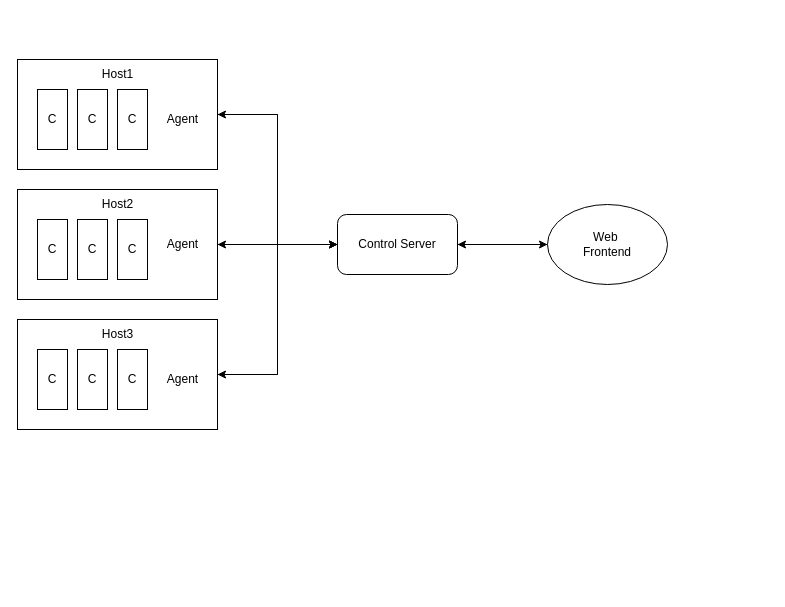
mrmysko/itinf23-scrumprojekt-lime-koala keeps this draw.io diagram as docs/architecture.drawio. Above is the earlier version. Source tidied: cells renumbered, new cells numbered last; positions are measured from the earlier drawing's top-left corner, leaving out a move shared by most shapes. Both pictures are drawn from the tidied source at 100%, with x=0, y=0 at pixel (17, 59).
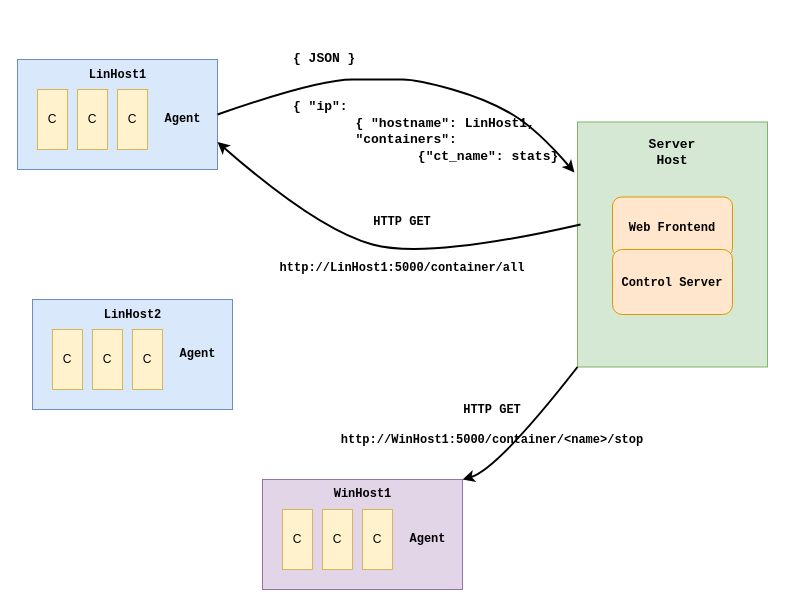
After the change.

Change to the diagram source:
```diff
@@
-    <mxCell id="2" style="edgeStyle=orthogonalEdgeStyle;rounded=0;jettySize=auto;html=1;exitX=1;exitY=0.5;exitDx=0;exitDy=0;entryX=0;entryY=0.5;entryDx=0;entryDy=0;" parent="1" edge="1" source="3" target="12">
-      <mxGeometry relative="1" as="geometry" />
-    </mxCell>
-    <mxCell id="3" style="rounded=0;whiteSpace=wrap;html=1;" parent="1" vertex="1">
+    <mxCell id="3" style="rounded=0;whiteSpace=wrap;html=1;fillColor=#dae8fc;strokeColor=#6c8ebf;" parent="1" vertex="1">
       <mxGeometry width="200" height="110" as="geometry" />
     </mxCell>
-    <mxCell id="4" style="edgeStyle=orthogonalEdgeStyle;rounded=0;jettySize=auto;html=1;exitX=1;exitY=0.5;exitDx=0;exitDy=0;entryX=0;entryY=0.5;entryDx=0;entryDy=0;" parent="1" edge="1" source="5" target="12">
-      <mxGeometry relative="1" as="geometry" />
-    </mxCell>
-    <mxCell id="5" style="rounded=0;whiteSpace=wrap;html=1;" parent="1" vertex="1">
-      <mxGeometry y="130" width="200" height="110" as="geometry" />
+    <mxCell id="5" style="rounded=0;whiteSpace=wrap;html=1;fillColor=#dae8fc;strokeColor=#6c8ebf;" parent="1" vertex="1">
+      <mxGeometry x="15" y="240" width="200" height="110" as="geometry" />
     </mxCell>
-    <mxCell id="6" style="edgeStyle=orthogonalEdgeStyle;rounded=0;jettySize=auto;html=1;exitX=1;exitY=0.5;exitDx=0;exitDy=0;entryX=0;entryY=0.5;entryDx=0;entryDy=0;" parent="1" edge="1" source="7" target="12">
-      <mxGeometry relative="1" as="geometry" />
-    </mxCell>
-    <mxCell id="7" style="rounded=0;whiteSpace=wrap;html=1;" parent="1" vertex="1">
-      <mxGeometry y="260" width="200" height="110" as="geometry" />
+    <mxCell id="7" style="rounded=0;whiteSpace=wrap;html=1;fillColor=#e1d5e7;strokeColor=#9673a6;" parent="1" vertex="1">
+      <mxGeometry x="245" y="420" width="200" height="110" as="geometry" />
     </mxCell>
-    <mxCell id="8" style="edgeStyle=orthogonalEdgeStyle;rounded=0;jettySize=auto;html=1;exitX=0;exitY=0.5;exitDx=0;exitDy=0;entryX=1;entryY=0.5;entryDx=0;entryDy=0;" parent="1" edge="1" source="12" target="5">
-      <mxGeometry relative="1" as="geometry" />
-    </mxCell>
-    <mxCell id="9" style="edgeStyle=orthogonalEdgeStyle;rounded=0;jettySize=auto;html=1;exitX=0;exitY=0.5;exitDx=0;exitDy=0;entryX=1;entryY=0.5;entryDx=0;entryDy=0;" parent="1" edge="1" source="12" target="3">
-      <mxGeometry relative="1" as="geometry" />
-    </mxCell>
-    <mxCell id="10" style="edgeStyle=orthogonalEdgeStyle;rounded=0;jettySize=auto;html=1;exitX=0;exitY=0.5;exitDx=0;exitDy=0;entryX=1;entryY=0.5;entryDx=0;entryDy=0;" parent="1" edge="1" source="12" target="7">
-      <mxGeometry relative="1" as="geometry" />
-    </mxCell>
-    <mxCell id="11" style="edgeStyle=orthogonalEdgeStyle;rounded=0;jettySize=auto;html=1;entryX=0;entryY=0.5;entryDx=0;entryDy=0;" parent="1" edge="1" source="12" target="14">
-      <mxGeometry relative="1" as="geometry" />
-    </mxCell>
-    <mxCell id="12" value="Control Server" style="rounded=1;whiteSpace=wrap;html=1;" parent="1" vertex="1">
-      <mxGeometry x="320" y="155" width="120" height="60" as="geometry" />
-    </mxCell>
-    <mxCell id="13" style="edgeStyle=orthogonalEdgeStyle;rounded=0;jettySize=auto;html=1;exitX=0;exitY=0.5;exitDx=0;exitDy=0;entryX=1;entryY=0.5;entryDx=0;entryDy=0;" parent="1" edge="1" source="14" target="12">
-      <mxGeometry relative="1" as="geometry" />
-    </mxCell>
-    <mxCell id="14" value="&lt;div&gt;Web&amp;nbsp;&lt;/div&gt;&lt;div&gt;Frontend&lt;/div&gt;" style="ellipse;whiteSpace=wrap;html=1;" parent="1" vertex="1">
-      <mxGeometry x="530" y="145" width="120" height="80" as="geometry" />
-    </mxCell>
-    <mxCell id="15" value="C" style="rounded=0;whiteSpace=wrap;html=1;" parent="1" vertex="1">
+    <mxCell id="15" value="C" style="rounded=0;whiteSpace=wrap;html=1;fillColor=#fff2cc;strokeColor=#d6b656;" parent="1" vertex="1">
       <mxGeometry x="20" y="30" width="30" height="60" as="geometry" />
     </mxCell>
-    <mxCell id="16" value="C" style="rounded=0;whiteSpace=wrap;html=1;" parent="1" vertex="1">
+    <mxCell id="16" value="C" style="rounded=0;whiteSpace=wrap;html=1;fillColor=#fff2cc;strokeColor=#d6b656;" parent="1" vertex="1">
       <mxGeometry x="60" y="30" width="30" height="60" as="geometry" />
     </mxCell>
-    <mxCell id="17" value="C" style="rounded=0;whiteSpace=wrap;html=1;" parent="1" vertex="1">
+    <mxCell id="17" value="C" style="rounded=0;whiteSpace=wrap;html=1;fillColor=#fff2cc;strokeColor=#d6b656;" parent="1" vertex="1">
       <mxGeometry x="100" y="30" width="30" height="60" as="geometry" />
     </mxCell>
-    <mxCell id="18" value="C" style="rounded=0;whiteSpace=wrap;html=1;" parent="1" vertex="1">
-      <mxGeometry x="100" y="160" width="30" height="60" as="geometry" />
+    <mxCell id="18" value="C" style="rounded=0;whiteSpace=wrap;html=1;fillColor=#fff2cc;strokeColor=#d6b656;" parent="1" vertex="1">
+      <mxGeometry x="115" y="270" width="30" height="60" as="geometry" />
     </mxCell>
-    <mxCell id="19" value="C" style="rounded=0;whiteSpace=wrap;html=1;" parent="1" vertex="1">
-      <mxGeometry x="60" y="160" width="30" height="60" as="geometry" />
+    <mxCell id="19" value="C" style="rounded=0;whiteSpace=wrap;html=1;fillColor=#fff2cc;strokeColor=#d6b656;" parent="1" vertex="1">
+      <mxGeometry x="75" y="270" width="30" height="60" as="geometry" />
     </mxCell>
-    <mxCell id="20" value="C" style="rounded=0;whiteSpace=wrap;html=1;" parent="1" vertex="1">
-      <mxGeometry x="20" y="160" width="30" height="60" as="geometry" />
+    <mxCell id="20" value="C" style="rounded=0;whiteSpace=wrap;html=1;fillColor=#fff2cc;strokeColor=#d6b656;" parent="1" vertex="1">
+      <mxGeometry x="35" y="270" width="30" height="60" as="geometry" />
     </mxCell>
-    <mxCell id="21" value="C" style="rounded=0;whiteSpace=wrap;html=1;" parent="1" vertex="1">
-      <mxGeometry x="100" y="290" width="30" height="60" as="geometry" />
+    <mxCell id="21" value="C" style="rounded=0;whiteSpace=wrap;html=1;fillColor=#fff2cc;strokeColor=#d6b656;" parent="1" vertex="1">
+      <mxGeometry x="345" y="450" width="30" height="60" as="geometry" />
     </mxCell>
-    <mxCell id="22" value="C" style="rounded=0;whiteSpace=wrap;html=1;" parent="1" vertex="1">
-      <mxGeometry x="60" y="290" width="30" height="60" as="geometry" />
+    <mxCell id="22" value="C" style="rounded=0;whiteSpace=wrap;html=1;fillColor=#fff2cc;strokeColor=#d6b656;" parent="1" vertex="1">
+      <mxGeometry x="305" y="450" width="30" height="60" as="geometry" />
     </mxCell>
-    <mxCell id="23" value="C" style="rounded=0;whiteSpace=wrap;html=1;" parent="1" vertex="1">
-      <mxGeometry x="20" y="290" width="30" height="60" as="geometry" />
+    <mxCell id="23" value="C" style="rounded=0;whiteSpace=wrap;html=1;fillColor=#fff2cc;strokeColor=#d6b656;" parent="1" vertex="1">
+      <mxGeometry x="265" y="450" width="30" height="60" as="geometry" />
     </mxCell>
-    <mxCell id="24" value="Agent" style="text;html=1;align=center;verticalAlign=middle;strokeColor=none;fillColor=none;" parent="1" vertex="1">
-      <mxGeometry x="140" y="45" width="50" height="30" as="geometry" />
+    <mxCell id="24" value="&lt;font&gt;Agent&lt;/font&gt;" style="text;html=1;align=center;verticalAlign=middle;strokeColor=none;fillColor=none;fontFamily=Courier New;fontStyle=1;" parent="1" vertex="1">
+      <mxGeometry x="135" y="45" width="60" height="30" as="geometry" />
     </mxCell>
-    <mxCell id="25" value="Agent" style="text;html=1;align=center;verticalAlign=middle;strokeColor=none;fillColor=none;" parent="1" vertex="1">
-      <mxGeometry x="140" y="170" width="50" height="30" as="geometry" />
+    <mxCell id="25" value="&lt;font&gt;Agent&lt;/font&gt;" style="text;html=1;align=center;verticalAlign=middle;strokeColor=none;fillColor=none;fontFamily=Courier New;fontStyle=1;" parent="1" vertex="1">
+      <mxGeometry x="150" y="280" width="60" height="30" as="geometry" />
     </mxCell>
-    <mxCell id="26" value="Agent" style="text;html=1;align=center;verticalAlign=middle;strokeColor=none;fillColor=none;" parent="1" vertex="1">
-      <mxGeometry x="140" y="305" width="50" height="30" as="geometry" />
+    <mxCell id="26" value="&lt;font&gt;Agent&lt;/font&gt;" style="text;html=1;align=center;verticalAlign=middle;strokeColor=none;fillColor=none;fontFamily=Courier New;fontStyle=1;" parent="1" vertex="1">
+      <mxGeometry x="380" y="465" width="60" height="30" as="geometry" />
     </mxCell>
-    <mxCell id="27" value="Host1" style="text;html=1;align=center;verticalAlign=middle;strokeColor=none;fillColor=none;" parent="1" vertex="1">
-      <mxGeometry x="75" width="50" height="30" as="geometry" />
+    <mxCell id="27" value="&lt;font face=&quot;Courier New&quot;&gt;&lt;b&gt;LinHost1&lt;/b&gt;&lt;/font&gt;" style="text;html=1;align=center;verticalAlign=middle;strokeColor=none;fillColor=none;" parent="1" vertex="1">
+      <mxGeometry x="60" width="80" height="30" as="geometry" />
     </mxCell>
+    <mxCell id="30" style="rounded=0;whiteSpace=wrap;html=1;fillColor=#d5e8d4;strokeColor=#82b366;" parent="1" vertex="1">
+      <mxGeometry x="560" y="62.5" width="190" height="245" as="geometry" />
+    </mxCell>
-    <mxCell id="28" value="Host2" style="text;html=1;align=center;verticalAlign=middle;strokeColor=none;fillColor=none;" parent="1" vertex="1">
-      <mxGeometry x="75" y="130" width="50" height="30" as="geometry" />
+    <mxCell id="28" value="&lt;b&gt;&lt;font face=&quot;Courier New&quot;&gt;LinHost2&lt;/font&gt;&lt;/b&gt;" style="text;html=1;align=center;verticalAlign=middle;strokeColor=none;fillColor=none;" parent="1" vertex="1">
+      <mxGeometry x="75" y="240" width="80" height="30" as="geometry" />
     </mxCell>
-    <mxCell id="29" value="Host3" style="text;html=1;align=center;verticalAlign=middle;strokeColor=none;fillColor=none;" parent="1" vertex="1">
-      <mxGeometry x="75" y="260" width="50" height="30" as="geometry" />
+    <mxCell id="29" value="&lt;font&gt;WinHost1&lt;/font&gt;" style="text;html=1;align=center;verticalAlign=middle;strokeColor=none;fillColor=none;fontFamily=Courier New;fontStyle=1;" parent="1" vertex="1">
+      <mxGeometry x="305" y="420" width="80" height="30" as="geometry" />
     </mxCell>
+    <mxCell id="14" value="&lt;b&gt;&lt;font face=&quot;Courier New&quot;&gt;Web Frontend&lt;/font&gt;&lt;/b&gt;" style="rounded=1;whiteSpace=wrap;html=1;fillColor=#ffe6cc;strokeColor=#d79b00;" parent="1" vertex="1">
+      <mxGeometry x="595" y="137.5" width="120" height="60" as="geometry" />
+    </mxCell>
+    <mxCell id="12" value="&lt;b&gt;&lt;font face=&quot;Courier New&quot;&gt;Control Server&lt;/font&gt;&lt;/b&gt;" style="rounded=1;whiteSpace=wrap;html=1;fillColor=#ffe6cc;strokeColor=#d79b00;" parent="1" vertex="1">
+      <mxGeometry x="595" y="190" width="120" height="65" as="geometry" />
+    </mxCell>
+    <mxCell id="31" value="&lt;b&gt;&lt;font face=&quot;Courier New&quot; style=&quot;font-size: 13px;&quot;&gt;Server Host&lt;/font&gt;&lt;/b&gt;" style="text;html=1;align=center;verticalAlign=middle;whiteSpace=wrap;rounded=0;" parent="1" vertex="1">
+      <mxGeometry x="625" y="77.5" width="60" height="30" as="geometry" />
+    </mxCell>
+    <mxCell id="32" style="curved=1;endArrow=classic;html=1;rounded=0;exitX=1;exitY=0.5;exitDx=0;exitDy=0;entryX=-0.016;entryY=0.206;entryDx=0;entryDy=0;entryPerimeter=0;strokeWidth=2;" parent="1" edge="1" source="3" target="30">
+      <mxGeometry relative="1" as="geometry">
+        <Array as="points">
+          <mxPoint x="300" y="20" />
+          <mxPoint x="370" y="20" />
+          <mxPoint x="400" y="20" />
+          <mxPoint x="470" y="40" />
+          <mxPoint x="520" y="70" />
+        </Array>
+      </mxGeometry>
+    </mxCell>
+    <mxCell id="33" value="&lt;div style=&quot;font-size: 13px;&quot;&gt;&lt;font face=&quot;Courier New&quot; style=&quot;font-size: 13px;&quot;&gt;&lt;b style=&quot;font-size: 13px;&quot;&gt;{ JSON }&lt;/b&gt;&lt;/font&gt;&lt;/div&gt;&lt;div style=&quot;font-size: 13px;&quot;&gt;&lt;font face=&quot;dG47eCbUaVrvH9eu_8gl&quot; style=&quot;font-size: 13px;&quot;&gt;&lt;br style=&quot;font-size: 13px;&quot;&gt;&lt;/font&gt;&lt;/div&gt;&lt;div style=&quot;font-size: 13px;&quot;&gt;&lt;font face=&quot;dG47eCbUaVrvH9eu_8gl&quot; style=&quot;font-size: 13px;&quot;&gt;&lt;br style=&quot;font-size: 13px;&quot;&gt;&lt;/font&gt;&lt;/div&gt;&lt;div style=&quot;font-size: 13px;&quot;&gt;&lt;font face=&quot;Courier New&quot; style=&quot;font-size: 13px;&quot;&gt;&lt;b style=&quot;font-size: 13px;&quot;&gt;{ &quot;ip&quot;: &lt;/b&gt;&lt;br style=&quot;font-size: 13px;&quot;&gt;&lt;/font&gt;&lt;/div&gt;&lt;div style=&quot;font-size: 13px;&quot;&gt;&lt;font face=&quot;Courier New&quot; style=&quot;font-size: 13px;&quot;&gt;&lt;b style=&quot;font-size: 13px;&quot;&gt;&lt;span style=&quot;white-space: pre; font-size: 13px;&quot;&gt;&#9;&lt;/span&gt;{ &quot;hostname&quot;: LinHost1,&amp;nbsp;&lt;/b&gt;&lt;/font&gt;&lt;/div&gt;&lt;div style=&quot;font-size: 13px;&quot;&gt;&lt;font face=&quot;Courier New&quot; style=&quot;font-size: 13px;&quot;&gt;&lt;b style=&quot;font-size: 13px;&quot;&gt;&lt;span style=&quot;white-space: pre; font-size: 13px;&quot;&gt;&#9;&lt;/span&gt;&quot;containers&quot;:&amp;nbsp;&lt;/b&gt;&lt;/font&gt;&lt;/div&gt;&lt;div style=&quot;font-size: 13px;&quot;&gt;&lt;font face=&quot;Courier New&quot; style=&quot;font-size: 13px;&quot;&gt;&lt;b style=&quot;font-size: 13px;&quot;&gt;&lt;span style=&quot;white-space: pre; font-size: 13px;&quot;&gt;&#9;&lt;/span&gt;&lt;span style=&quot;white-space: pre; font-size: 13px;&quot;&gt;&#9;&lt;/span&gt;{&quot;ct_name&quot;: stats}&lt;/b&gt;&lt;/font&gt;&lt;/div&gt;" style="text;strokeColor=none;fillColor=none;align=left;verticalAlign=middle;spacingLeft=4;spacingRight=4;overflow=hidden;whiteSpace=wrap;html=1;fontSize=13;" parent="1" vertex="1">
+      <mxGeometry x="270" y="-42.5" width="280" height="180" as="geometry" />
+    </mxCell>
+    <mxCell id="34" style="curved=1;endArrow=classic;html=1;rounded=0;entryX=1;entryY=0.75;entryDx=0;entryDy=0;exitX=0.016;exitY=0.418;exitDx=0;exitDy=0;exitPerimeter=0;fontSize=11;strokeWidth=2;startArrow=none;startFill=0;" parent="1" edge="1" source="30" target="3">
+      <mxGeometry relative="1" as="geometry">
+        <Array as="points">
+          <mxPoint x="410" y="200" />
+          <mxPoint x="300" y="170" />
+        </Array>
+      </mxGeometry>
+    </mxCell>
+    <mxCell id="35" value="&lt;div&gt;&lt;font face=&quot;Courier New&quot;&gt;&lt;b&gt;HTTP GET &lt;br&gt;&lt;/b&gt;&lt;/font&gt;&lt;/div&gt;&lt;div&gt;&lt;font face=&quot;Courier New&quot;&gt;&lt;b&gt;&lt;br&gt;&lt;/b&gt;&lt;/font&gt;&lt;/div&gt;&lt;div&gt;&lt;font face=&quot;Courier New&quot;&gt;&lt;b&gt;&lt;br&gt;&lt;/b&gt;&lt;/font&gt;&lt;/div&gt;&lt;div&gt;&lt;font face=&quot;Courier New&quot;&gt;&lt;b&gt;http://LinHost1:5000/container/all&lt;/b&gt;&lt;/font&gt;&lt;/div&gt;" style="text;html=1;align=center;verticalAlign=middle;whiteSpace=wrap;rounded=0;" parent="1" vertex="1">
+      <mxGeometry x="245" y="125" width="280" height="120" as="geometry" />
+    </mxCell>
+    <mxCell id="36" style="curved=1;endArrow=classic;html=1;rounded=0;exitX=0;exitY=1;exitDx=0;exitDy=0;entryX=1;entryY=0;entryDx=0;entryDy=0;strokeWidth=2;" parent="1" edge="1" source="30" target="7">
+      <mxGeometry relative="1" as="geometry">
+        <Array as="points">
+          <mxPoint x="480" y="410" />
+        </Array>
+      </mxGeometry>
+    </mxCell>
+    <mxCell id="37" value="&lt;div&gt;&lt;font face=&quot;Courier New&quot;&gt;&lt;b&gt;HTTP GET&lt;/b&gt;&lt;/font&gt;&lt;/div&gt;&lt;div&gt;&lt;font face=&quot;rh8qvzh_JLuNbVXvK0kK&quot;&gt;&lt;br&gt;&lt;/font&gt;&lt;/div&gt;&lt;div&gt;&lt;b&gt;&lt;font face=&quot;Courier New&quot;&gt;http://WinHost1:5000/container/&amp;lt;name&amp;gt;/stop&lt;/font&gt;&lt;/b&gt;&lt;/div&gt;" style="text;html=1;align=center;verticalAlign=middle;whiteSpace=wrap;rounded=0;" parent="1" vertex="1">
+      <mxGeometry x="280" y="320" width="390" height="90" as="geometry" />
+    </mxCell>
```
